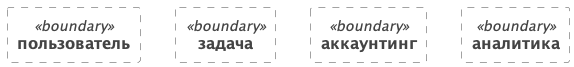
Before: docs/render/domains.png, a diagram exported from PlantUML (mhanygin/aTES). Source of this version:
```plantuml
@startuml domains

!include https://raw.githubusercontent.com/plantuml-stdlib/C4-PlantUML/master/C4_Component.puml

Boundary(user, "пользователь") {
}

Boundary(task, "задача") {

}

Boundary(accounting, "аккаунтинг") {
}

Boundary(analytic, "аналитика") {
}

@enduml
```
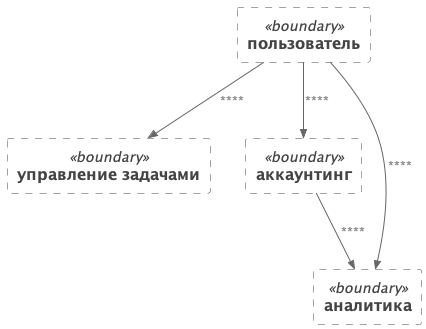
After the commit.

Change to the diagram source:
```diff
@@ -5,8 +5,7 @@
 Boundary(user, "пользователь") {
 }
 
-Boundary(task, "задача") {
-
+Boundary(task, "управление задачами") {
 }
 
 Boundary(accounting, "аккаунтинг") {
@@ -15,4 +14,10 @@
 Boundary(analytic, "аналитика") {
 }
 
+Rel(user, task, "")
+Rel(user, accounting, "")
+Rel(user, analytic, "")
+
+Rel(accounting, analytic, "")
+
 @enduml
```
